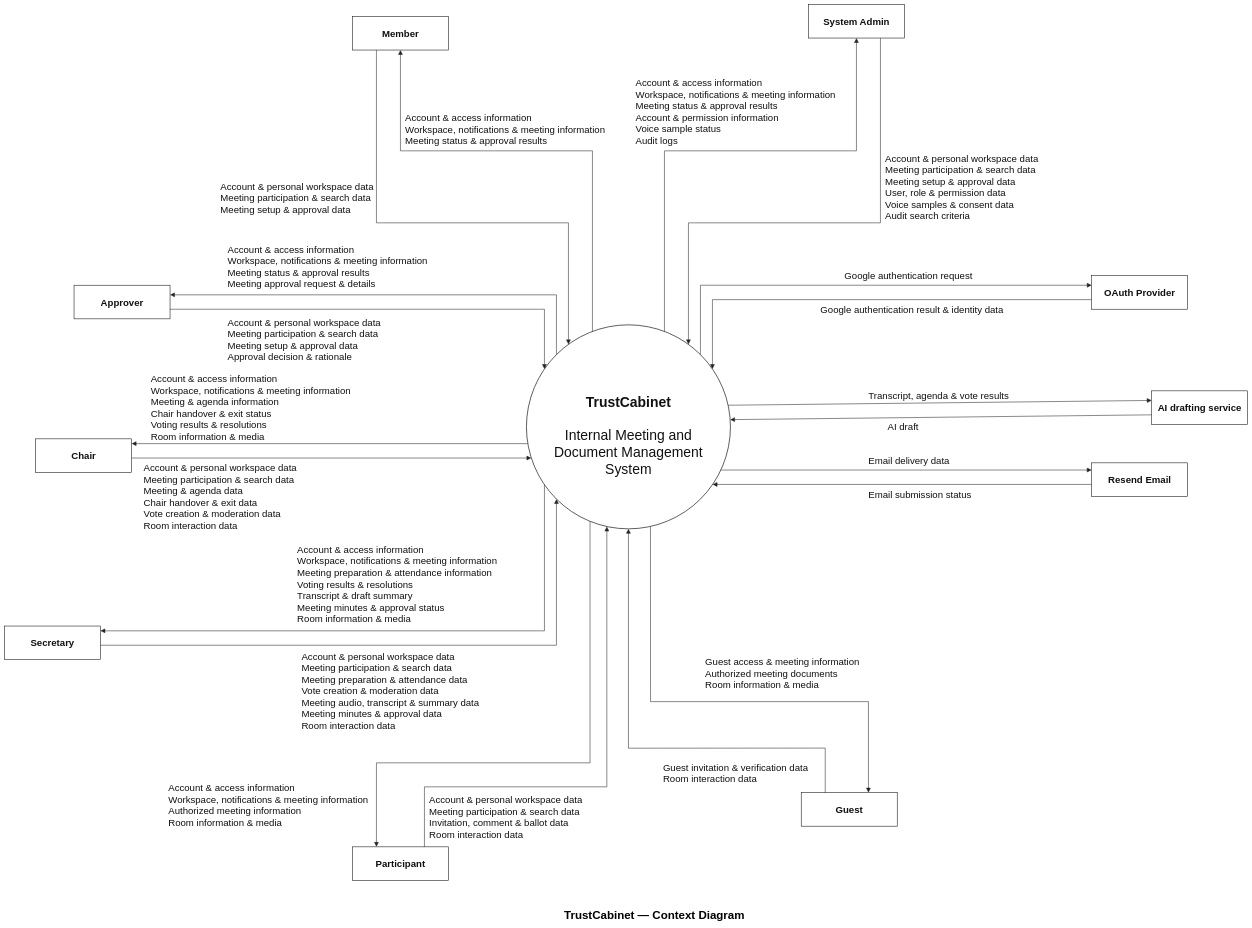
This is docs/11-contextdiagram/trustcabinet-context.drawio from callmehai/FU-FA26-G116, a draw.io file, before an edit. Source tidied: cells renumbered, new cells numbered last; positions are measured from the earlier drawing's top-left corner, leaving out a move shared by most shapes. Both pictures are drawn from the tidied source at 24%, with x=0, y=0 at pixel (4, 4).
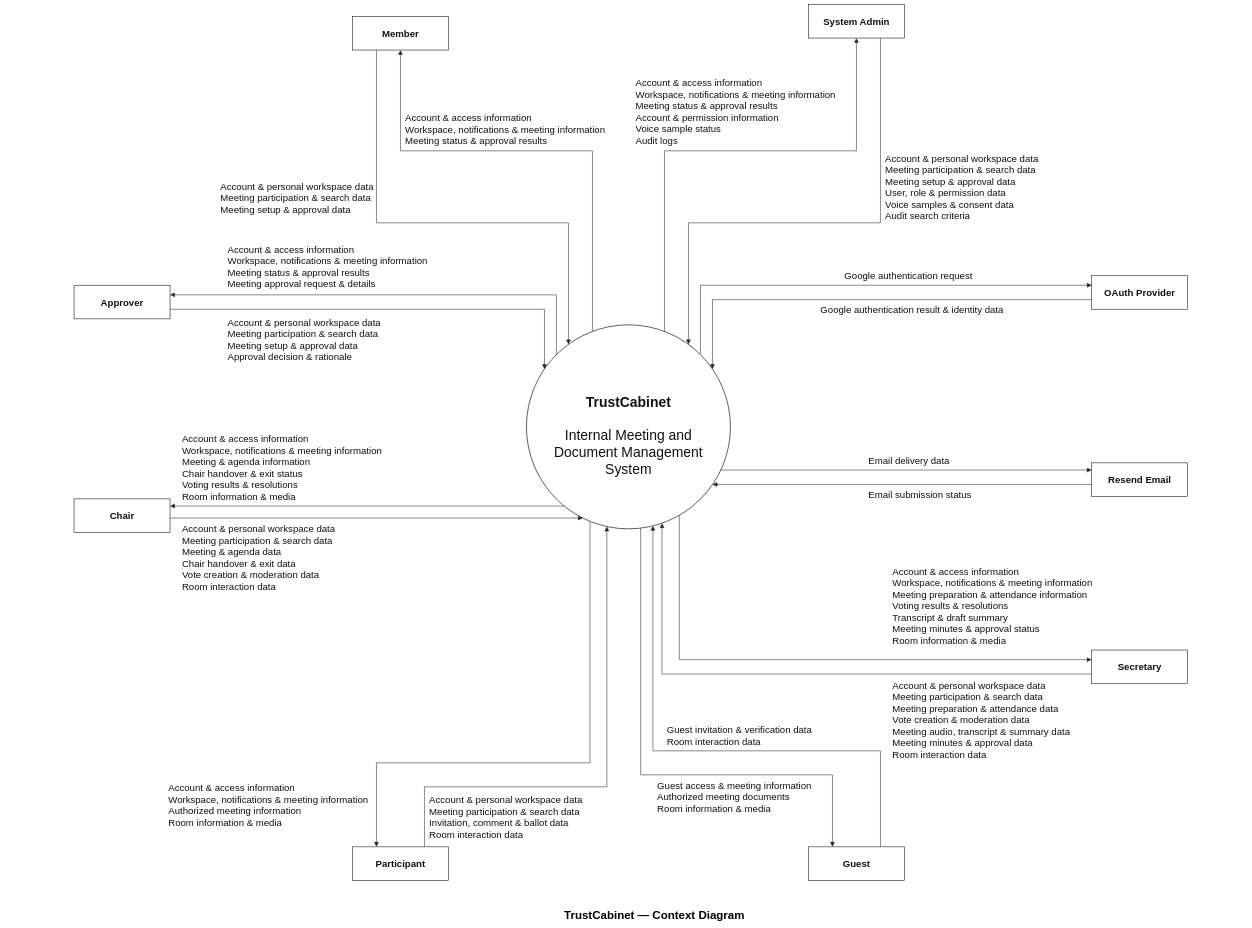
The same diagram, later.

The change refers to these unchanged cells:
```xml
<mxCell id="3" value="&lt;b&gt;&lt;br&gt;TrustCabinet&lt;/b&gt;&lt;br&gt;&lt;br&gt;&lt;div&gt;Internal Meeting and&lt;/div&gt;&lt;div&gt;Document Management&lt;/div&gt;&lt;div&gt;System&lt;/div&gt;" style="ellipse;whiteSpace=wrap;html=1;fillColor=#ffffff;strokeColor=#222222;strokeWidth=3;fontColor=#111111;fontFamily=Arial;fontSize=58;align=center;" parent="1" vertex="1">
  <mxGeometry x="2175" y="1335" width="850" height="850" as="geometry" />
</mxCell>
```

The edit, as a diff of the source:
```diff
@@
     <mxCell id="7" value="Chair" style="rounded=0;whiteSpace=wrap;html=1;fillColor=#ffffff;strokeColor=#222222;strokeWidth=2.5;fontColor=#111111;fontFamily=Arial;fontSize=40;fontStyle=1;align=center;verticalAlign=middle;spacing=12;" parent="1" vertex="1">
-      <mxGeometry x="130" y="1810" width="400" height="140" as="geometry" />
+      <mxGeometry x="290" y="2060" width="400" height="140" as="geometry" />
     </mxCell>
     <mxCell id="8" value="Secretary" style="rounded=0;whiteSpace=wrap;html=1;fillColor=#ffffff;strokeColor=#222222;strokeWidth=2.5;fontColor=#111111;fontFamily=Arial;fontSize=40;fontStyle=1;align=center;verticalAlign=middle;spacing=12;" parent="1" vertex="1">
-      <mxGeometry y="2590" width="400" height="140" as="geometry" />
+      <mxGeometry x="4530" y="2690" width="400" height="140" as="geometry" />
     </mxCell>
@@
     <mxCell id="10" value="Guest" style="rounded=0;whiteSpace=wrap;html=1;fillColor=#ffffff;strokeColor=#222222;strokeWidth=2.5;fontColor=#111111;fontFamily=Arial;fontSize=40;fontStyle=1;align=center;verticalAlign=middle;spacing=12;" parent="1" vertex="1">
-      <mxGeometry x="3320" y="3284" width="400" height="140" as="geometry" />
+      <mxGeometry x="3350" y="3510" width="400" height="140" as="geometry" />
     </mxCell>
@@
-    <mxCell id="12" value="AI drafting service" style="rounded=0;whiteSpace=wrap;html=1;fillColor=#ffffff;strokeColor=#222222;strokeWidth=2.5;fontColor=#111111;fontFamily=Arial;fontSize=40;fontStyle=1;align=center;verticalAlign=middle;spacing=12;" parent="1" vertex="1">
-      <mxGeometry x="4780" y="1610" width="400" height="140" as="geometry" />
-    </mxCell>
@@
-    <mxCell id="26" style="edgeStyle=none;rounded=0;jettySize=auto;html=1;endArrow=block;endFill=1;endSize=14;startArrow=none;strokeWidth=2.2;strokeColor=#222222;fontColor=#111111;fontFamily=Arial;fontSize=40;align=left;verticalAlign=middle;labelBackgroundColor=none;exitX=1.0000000000;exitY=0.5714285714;exitDx=0;exitDy=0;exitPerimeter=0;entryX=0.0240000000;entryY=0.6529411765;entryDx=0;entryDy=0;entryPerimeter=0;" parent="1" edge="1" source="7" target="3">
+    <mxCell id="26" style="edgeStyle=none;rounded=0;jettySize=auto;html=1;endArrow=block;endFill=1;endSize=14;startArrow=none;strokeWidth=2.2;strokeColor=#222222;fontColor=#111111;fontFamily=Arial;fontSize=40;align=left;verticalAlign=middle;labelBackgroundColor=none;exitX=1.000000;exitY=0.571429;exitDx=0;exitDy=0;exitPerimeter=0;entryX=0.276084;entryY=0.947059;entryDx=0;entryDy=0;entryPerimeter=0;" parent="1" edge="1" source="7" target="3">
       <mxGeometry relative="1" as="geometry" />
     </mxCell>
     <mxCell id="27" value="Account &amp;amp; personal workspace data&lt;br&gt;Meeting participation &amp;amp; search data&lt;br&gt;Meeting &amp;amp; agenda data&lt;br&gt;Chair handover &amp;amp; exit data&lt;br&gt;Vote creation &amp;amp; moderation data&lt;br&gt;Room interaction data" style="text;html=1;align=left;verticalAlign=middle;whiteSpace=nowrap;overflow=visible;strokeColor=none;fillColor=none;spacing=0;fontFamily=Arial;fontSize=40;fontColor=#111111;" parent="1" vertex="1">
-      <mxGeometry x="580" y="1900" width="658" height="300" as="geometry" />
+      <mxGeometry x="740" y="2155" width="658" height="300" as="geometry" />
     </mxCell>
-    <mxCell id="28" style="edgeStyle=none;rounded=0;jettySize=auto;html=1;endArrow=block;endFill=1;endSize=14;startArrow=none;strokeWidth=2.2;strokeColor=#222222;fontColor=#111111;fontFamily=Arial;fontSize=40;align=left;verticalAlign=middle;labelBackgroundColor=none;exitX=0.0068235294;exitY=0.5823529412;exitDx=0;exitDy=0;exitPerimeter=0;entryX=1.0000000000;entryY=0.1428571429;entryDx=0;entryDy=0;entryPerimeter=0;" parent="1" edge="1" source="3" target="7">
+    <mxCell id="28" style="edgeStyle=none;rounded=0;jettySize=auto;html=1;endArrow=block;endFill=1;endSize=14;startArrow=none;strokeWidth=2.2;strokeColor=#222222;fontColor=#111111;fontFamily=Arial;fontSize=40;align=left;verticalAlign=middle;labelBackgroundColor=none;exitX=0.184923;exitY=0.888235;exitDx=0;exitDy=0;exitPerimeter=0;entryX=1.000000;entryY=0.214286;entryDx=0;entryDy=0;entryPerimeter=0;" parent="1" edge="1" source="3" target="7">
       <mxGeometry relative="1" as="geometry" />
     </mxCell>
     <mxCell id="29" value="Account &amp;amp; access information&lt;br&gt;Workspace, notifications &amp;amp; meeting information&lt;br&gt;Meeting &amp;amp; agenda information&lt;br&gt;Chair handover &amp;amp; exit status&lt;br&gt;Voting results &amp;amp; resolutions&lt;br&gt;Room information &amp;amp; media" style="text;html=1;align=left;verticalAlign=middle;whiteSpace=nowrap;overflow=visible;strokeColor=none;fillColor=none;spacing=0;fontFamily=Arial;fontSize=40;fontColor=#111111;" parent="1" vertex="1">
-      <mxGeometry x="610" y="1530" width="852" height="300" as="geometry" />
+      <mxGeometry x="740" y="1780" width="852" height="300" as="geometry" />
     </mxCell>
-    <mxCell id="30" style="edgeStyle=none;rounded=0;jettySize=auto;html=1;endArrow=block;endFill=1;endSize=14;startArrow=none;strokeWidth=2.2;strokeColor=#222222;fontColor=#111111;fontFamily=Arial;fontSize=40;align=left;verticalAlign=middle;labelBackgroundColor=none;exitX=1.0000000000;exitY=0.5714285714;exitDx=0;exitDy=0;exitPerimeter=0;entryX=0.1470588235;entryY=0.8541176471;entryDx=0;entryDy=0;entryPerimeter=0;" parent="1" edge="1" source="8" target="3">
+    <mxCell id="30" style="edgeStyle=none;rounded=0;jettySize=auto;html=1;endArrow=block;endFill=1;endSize=14;startArrow=none;strokeWidth=2.2;strokeColor=#222222;fontColor=#111111;fontFamily=Arial;fontSize=40;align=left;verticalAlign=middle;labelBackgroundColor=none;exitX=0.000000;exitY=0.714286;exitDx=0;exitDy=0;exitPerimeter=0;entryX=0.664706;entryY=0.972093;entryDx=0;entryDy=0;entryPerimeter=0;" parent="1" edge="1" source="8" target="3">
       <mxGeometry relative="1" as="geometry">
         <Array as="points">
-          <mxPoint x="2300" y="2670" />
+          <mxPoint x="2740" y="2790" />
         </Array>
       </mxGeometry>
     </mxCell>
     <mxCell id="31" value="Account &amp;amp; personal workspace data&lt;br&gt;Meeting participation &amp;amp; search data&lt;br&gt;Meeting preparation &amp;amp; attendance data&lt;br&gt;Vote creation &amp;amp; moderation data&lt;br&gt;Meeting audio, transcript &amp;amp; summary data&lt;br&gt;Meeting minutes &amp;amp; approval data&lt;br&gt;Room interaction data" style="text;html=1;align=left;verticalAlign=middle;whiteSpace=nowrap;overflow=visible;strokeColor=none;fillColor=none;spacing=0;fontFamily=Arial;fontSize=40;fontColor=#111111;" parent="1" vertex="1">
-      <mxGeometry x="1238" y="2684" width="758" height="349" as="geometry" />
+      <mxGeometry x="3700" y="2805" width="758" height="349" as="geometry" />
     </mxCell>
-    <mxCell id="32" style="edgeStyle=none;rounded=0;jettySize=auto;html=1;endArrow=block;endFill=1;endSize=14;startArrow=none;strokeWidth=2.2;strokeColor=#222222;fontColor=#111111;fontFamily=Arial;fontSize=40;align=left;verticalAlign=middle;labelBackgroundColor=none;exitX=0.0882352941;exitY=0.7836470588;exitDx=0;exitDy=0;exitPerimeter=0;entryX=1.0000000000;entryY=0.1428571429;entryDx=0;entryDy=0;entryPerimeter=0;" parent="1" edge="1" source="3" target="8">
+    <mxCell id="32" style="edgeStyle=none;rounded=0;jettySize=auto;html=1;endArrow=block;endFill=1;endSize=14;startArrow=none;strokeWidth=2.2;strokeColor=#222222;fontColor=#111111;fontFamily=Arial;fontSize=40;align=left;verticalAlign=middle;labelBackgroundColor=none;exitX=0.749412;exitY=0.933352;exitDx=0;exitDy=0;exitPerimeter=0;entryX=0.000000;entryY=0.285714;entryDx=0;entryDy=0;entryPerimeter=0;" parent="1" edge="1" source="3" target="8">
       <mxGeometry relative="1" as="geometry">
         <Array as="points">
-          <mxPoint x="2250" y="2610" />
+          <mxPoint x="2812" y="2730" />
         </Array>
       </mxGeometry>
     </mxCell>
     <mxCell id="33" value="Account &amp;amp; access information&lt;br&gt;Workspace, notifications &amp;amp; meeting information&lt;br&gt;Meeting preparation &amp;amp; attendance information&lt;br&gt;Voting results &amp;amp; resolutions&lt;br&gt;Transcript &amp;amp; draft summary&lt;br&gt;Meeting minutes &amp;amp; approval status&lt;br&gt;Room information &amp;amp; media" style="text;html=1;align=left;verticalAlign=middle;whiteSpace=nowrap;overflow=visible;strokeColor=none;fillColor=none;spacing=0;fontFamily=Arial;fontSize=40;fontColor=#111111;" parent="1" vertex="1">
-      <mxGeometry x="1220" y="2240" width="852" height="349" as="geometry" />
+      <mxGeometry x="3700" y="2331" width="852" height="349" as="geometry" />
     </mxCell>
@@
-    <mxCell id="38" style="edgeStyle=none;rounded=0;jettySize=auto;html=1;endArrow=block;endFill=1;endSize=14;startArrow=none;strokeWidth=2.2;strokeColor=#222222;fontColor=#111111;fontFamily=Arial;fontSize=40;align=left;verticalAlign=middle;labelBackgroundColor=none;exitX=0.25;exitY=0;exitDx=0;exitDy=0;" parent="1" edge="1" source="10" target="3">
+    <mxCell id="38" style="edgeStyle=none;rounded=0;jettySize=auto;html=1;endArrow=block;endFill=1;endSize=14;startArrow=none;strokeWidth=2.2;strokeColor=#222222;fontColor=#111111;fontFamily=Arial;fontSize=40;align=left;verticalAlign=middle;labelBackgroundColor=none;exitX=0.750000;exitY=0.000000;exitDx=0;exitDy=0;exitPerimeter=0;entryX=0.620000;entryY=0.985386;entryDx=0;entryDy=0;entryPerimeter=0;" parent="1" edge="1" source="10" target="3">
       <mxGeometry relative="1" as="geometry">
         <Array as="points">
-          <mxPoint x="3420" y="3098.6" />
-          <mxPoint x="2600" y="3099" />
+          <mxPoint x="3650" y="3110" />
+          <mxPoint x="2702" y="3110" />
         </Array>
       </mxGeometry>
     </mxCell>
     <mxCell id="39" value="Guest invitation &amp;amp; verification data&lt;br&gt;Room interaction data" style="text;html=1;align=left;verticalAlign=middle;whiteSpace=nowrap;overflow=visible;strokeColor=none;fillColor=none;spacing=0;fontFamily=Arial;fontSize=40;fontColor=#111111;" parent="1" vertex="1">
-      <mxGeometry x="2743.5" y="3150" width="625" height="104" as="geometry" />
+      <mxGeometry x="2760" y="2995" width="625" height="104" as="geometry" />
     </mxCell>
-    <mxCell id="40" style="edgeStyle=none;rounded=0;jettySize=auto;html=1;endArrow=block;endFill=1;endSize=14;startArrow=none;strokeWidth=2.2;strokeColor=#222222;fontColor=#111111;fontFamily=Arial;fontSize=40;align=left;verticalAlign=middle;labelBackgroundColor=none;entryX=0.7;entryY=0;entryDx=0;entryDy=0;exitX=0.608;exitY=0.989;exitDx=0;exitDy=0;exitPerimeter=0;" parent="1" edge="1" source="3" target="10">
+    <mxCell id="40" style="edgeStyle=none;rounded=0;jettySize=auto;html=1;endArrow=block;endFill=1;endSize=14;startArrow=none;strokeWidth=2.2;strokeColor=#222222;fontColor=#111111;fontFamily=Arial;fontSize=40;align=left;verticalAlign=middle;labelBackgroundColor=none;exitX=0.560000;exitY=0.996387;exitDx=0;exitDy=0;exitPerimeter=0;entryX=0.250000;entryY=0.000000;entryDx=0;entryDy=0;entryPerimeter=0;" parent="1" edge="1" source="3" target="10">
       <mxGeometry relative="1" as="geometry">
         <Array as="points">
-          <mxPoint x="2692" y="2905" />
-          <mxPoint x="3600" y="2905" />
+          <mxPoint x="2651" y="3210" />
+          <mxPoint x="3450" y="3210" />
         </Array>
       </mxGeometry>
     </mxCell>
     <mxCell id="41" value="Guest access &amp;amp; meeting information&lt;br&gt;Authorized meeting documents&lt;br&gt;Room information &amp;amp; media" style="text;html=1;align=left;verticalAlign=middle;whiteSpace=nowrap;overflow=visible;strokeColor=none;fillColor=none;spacing=0;fontFamily=Arial;fontSize=40;fontColor=#111111;" parent="1" vertex="1">
-      <mxGeometry x="2920" y="2710" width="662" height="153" as="geometry" />
+      <mxGeometry x="2720" y="3225" width="662" height="153" as="geometry" />
     </mxCell>
@@
-    <mxCell id="46" style="edgeStyle=none;rounded=0;jettySize=auto;html=1;endArrow=block;endFill=1;endSize=14;startArrow=none;strokeWidth=2.2;strokeColor=#222222;fontColor=#111111;fontFamily=Arial;fontSize=40;align=left;verticalAlign=middle;labelBackgroundColor=none;exitX=0.0000000000;exitY=0.7142857143;exitDx=0;exitDy=0;exitPerimeter=0;entryX=0.9987058824;entryY=0.4647058824;entryDx=0;entryDy=0;entryPerimeter=0;" parent="1" edge="1" source="12" target="3">
-      <mxGeometry relative="1" as="geometry" />
-    </mxCell>
-    <mxCell id="47" value="AI draft&amp;nbsp;" style="text;html=1;align=left;verticalAlign=middle;whiteSpace=nowrap;overflow=visible;strokeColor=none;fillColor=none;spacing=0;fontFamily=Arial;fontSize=40;fontColor=#111111;" parent="1" vertex="1">
-      <mxGeometry x="3680" y="1732.5" width="436" height="55" as="geometry" />
-    </mxCell>
-    <mxCell id="48" style="edgeStyle=none;rounded=0;jettySize=auto;html=1;endArrow=block;endFill=1;endSize=14;startArrow=none;strokeWidth=2.2;strokeColor=#222222;fontColor=#111111;fontFamily=Arial;fontSize=40;align=left;verticalAlign=middle;labelBackgroundColor=none;exitX=0.9887058824;exitY=0.3941176471;exitDx=0;exitDy=0;exitPerimeter=0;entryX=0.0000000000;entryY=0.2857142857;entryDx=0;entryDy=0;entryPerimeter=0;" parent="1" edge="1" source="3" target="12">
-      <mxGeometry relative="1" as="geometry" />
-    </mxCell>
-    <mxCell id="49" value="Transcript, agenda &amp; vote results" style="text;html=1;align=left;verticalAlign=middle;whiteSpace=nowrap;overflow=visible;strokeColor=none;fillColor=none;spacing=0;fontFamily=Arial;fontSize=40;fontColor=#111111;" parent="1" vertex="1">
-      <mxGeometry x="3600" y="1601" width="373" height="55" as="geometry" />
-    </mxCell>
```
